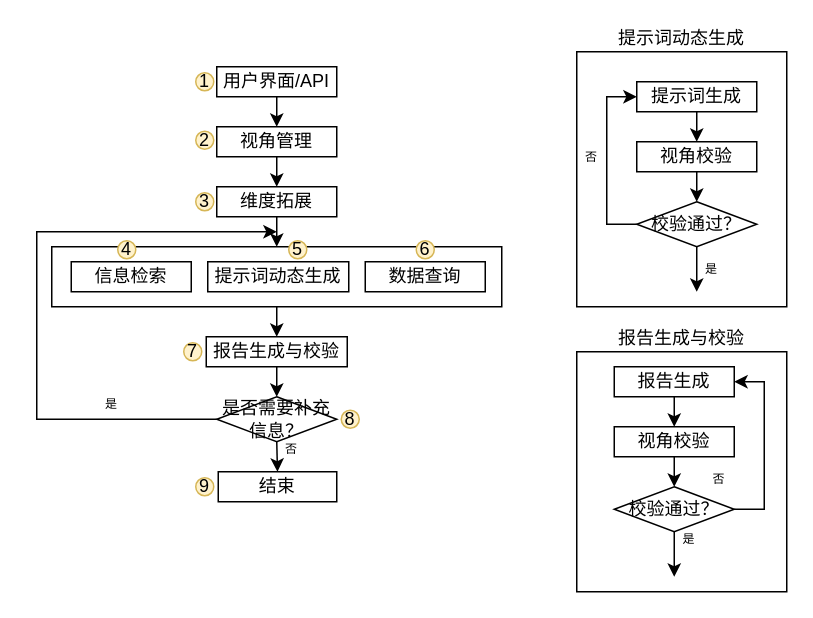
Earlier version of the draw.io diagram patent-视角约束.drawio (CindyZX/drawio_figures). Source tidied: cells renumbered, new cells numbered last; positions are measured from the earlier drawing's top-left corner, leaving out a move shared by most shapes. Both pictures are drawn from the tidied source at 150%, with x=0, y=0 at pixel (36, 51).
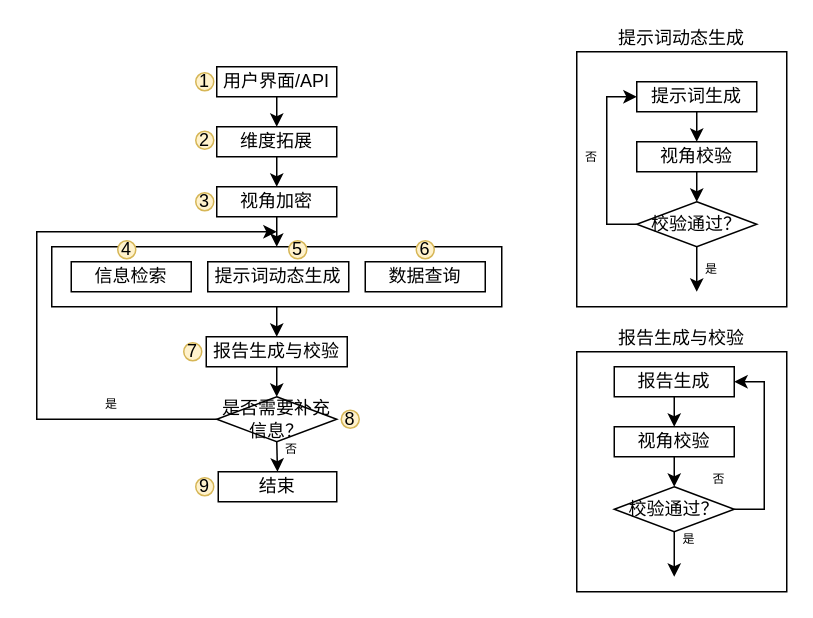
After the change.

Commit message:
更新patent-视角约束.drawio

Diff of the diagram source:
```diff
@@
-    <mxCell id="9" value="视角管理" style="rounded=0;whiteSpace=wrap;html=1;" parent="1" vertex="1">
+    <mxCell id="9" value="维度拓展" style="rounded=0;whiteSpace=wrap;html=1;" parent="1" vertex="1">
       <mxGeometry x="120" y="50" width="80" height="20" as="geometry" />
     </mxCell>
@@
-    <mxCell id="13" value="维度拓展" style="rounded=0;whiteSpace=wrap;html=1;" parent="1" vertex="1">
+    <mxCell id="13" value="视角加密" style="rounded=0;whiteSpace=wrap;html=1;" parent="1" vertex="1">
       <mxGeometry x="120" y="90" width="80" height="20" as="geometry" />
     </mxCell>
```
